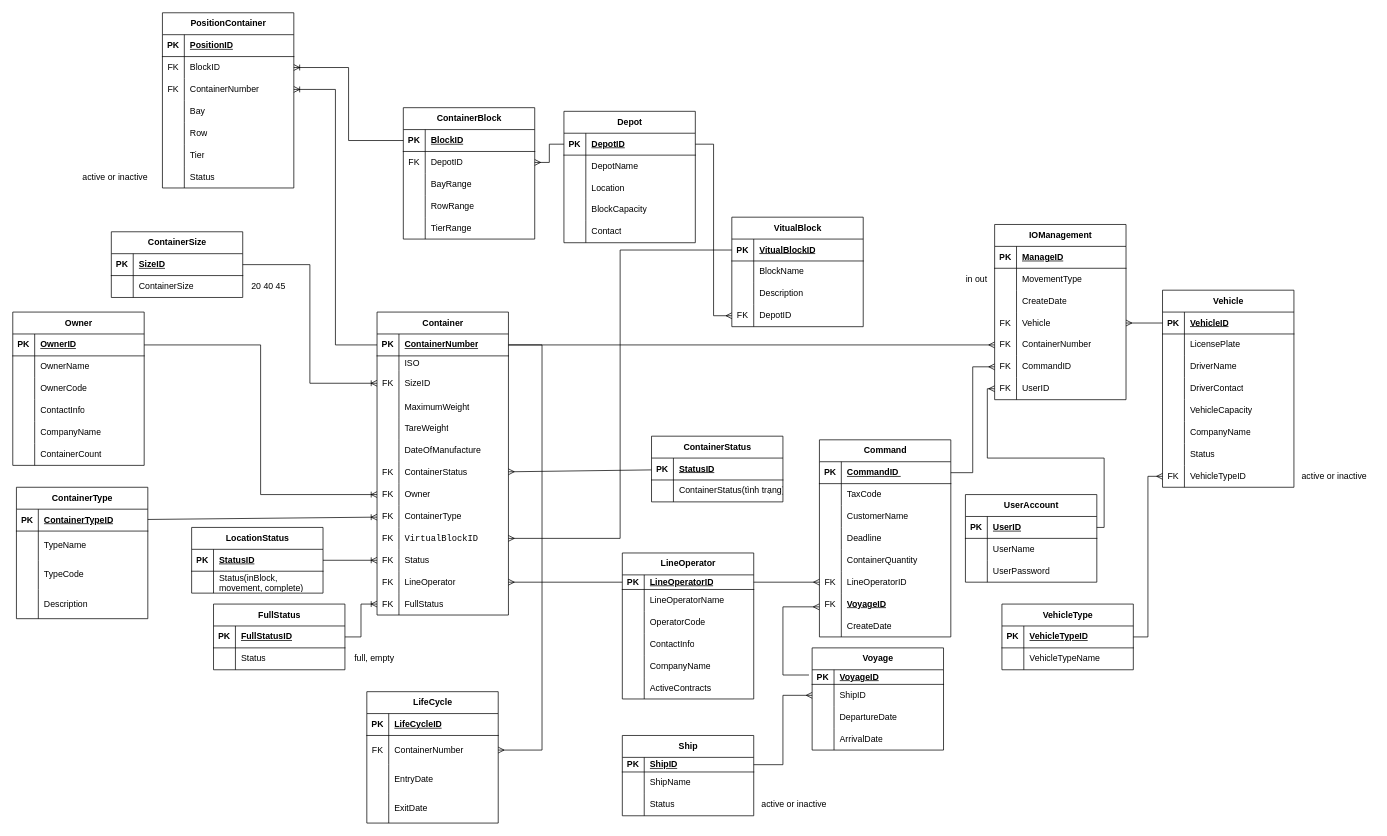
Before: Depot.drawio in anhduy215/SSC_Itern_Depot_SQL, a draw.io diagram. Source tidied: cells renumbered, new cells numbered last; positions are measured from the earlier drawing's top-left corner, leaving out a move shared by most shapes. Both pictures are drawn from the tidied source at 73%, with x=0, y=0 at pixel (12, 12).
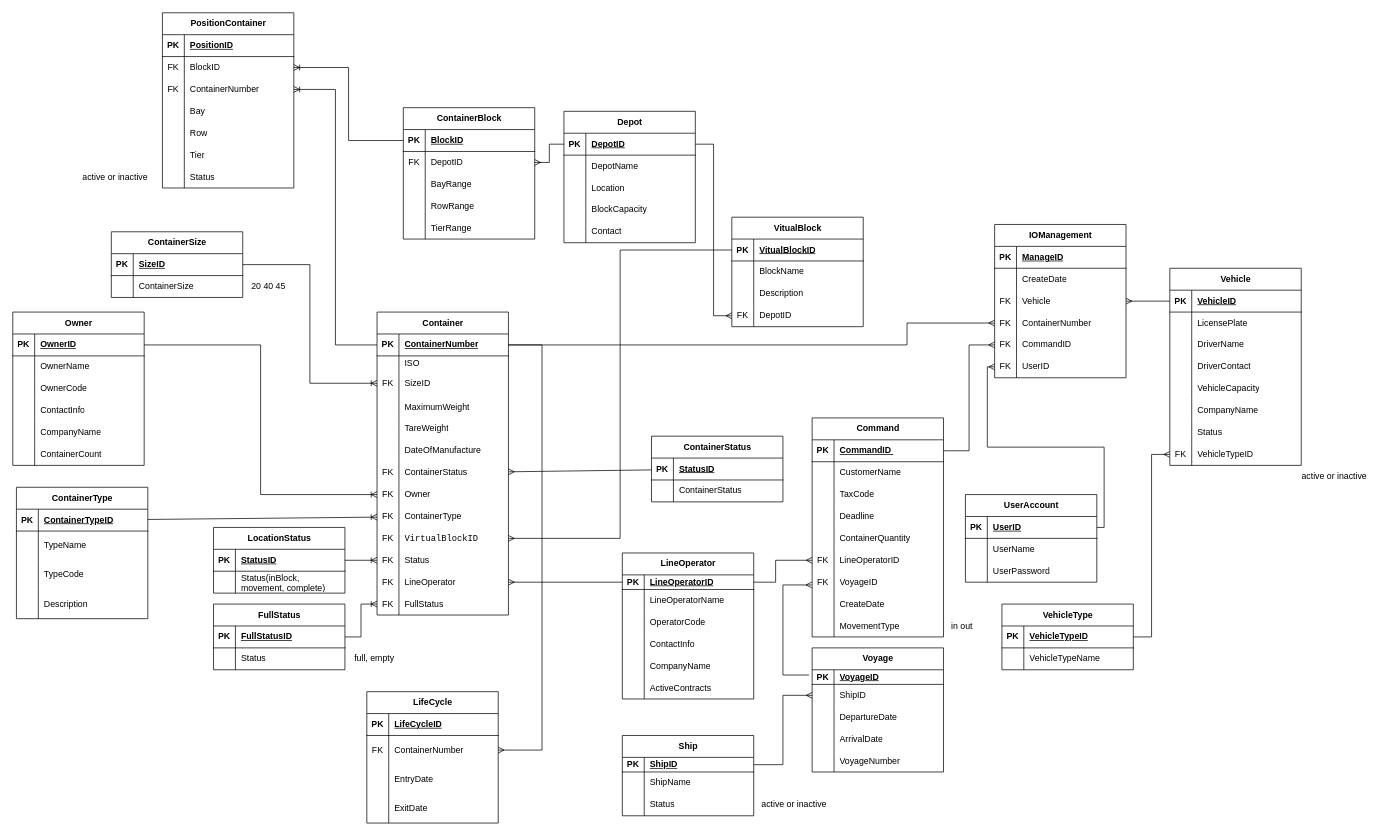
The same page after the edit.

Commit message (it also covers changes not shown here):
update draw and sql trigger

Unchanged cells that the change refers to:
```xml
<mxCell id="102" style="shape=tableRow;horizontal=0;startSize=0;swimlaneHead=0;swimlaneBody=0;fillColor=none;top=0;left=0;right=0;bottom=0;" parent="98" vertex="1">
  <mxGeometry y="60" width="180" height="30" as="geometry" />
</mxCell>
<mxCell id="105" style="shape=tableRow;horizontal=0;startSize=0;swimlaneHead=0;swimlaneBody=0;fillColor=none;top=0;left=0;right=0;bottom=0;" parent="98" vertex="1">
  <mxGeometry y="90" width="180" height="30" as="geometry" />
</mxCell>
<mxCell id="114" style="shape=tableRow;horizontal=0;startSize=0;swimlaneHead=0;swimlaneBody=0;fillColor=none;points=[[0,0.5],[1,0.5]];portConstraint=eastwest;top=0;left=0;right=0;bottom=0;" parent="98" vertex="1">
  <mxGeometry y="180" width="180" height="30" as="geometry" />
</mxCell>
<mxCell id="117" style="shape=tableRow;horizontal=0;startSize=0;swimlaneHead=0;swimlaneBody=0;fillColor=none;points=[[0,0.5],[1,0.5]];portConstraint=eastwest;top=0;left=0;right=0;bottom=0;" parent="98" vertex="1">
  <mxGeometry y="210" width="180" height="30" as="geometry" />
</mxCell>
<mxCell id="126" style="shape=tableRow;horizontal=0;startSize=0;swimlaneHead=0;swimlaneBody=0;fillColor=none;points=[[0,0.5],[1,0.5]];portConstraint=eastwest;top=0;left=0;right=0;bottom=1;" parent="125" vertex="1">
  <mxGeometry y="30" width="180" height="20" as="geometry" />
</mxCell>
<mxCell id="154" style="shape=tableRow;horizontal=0;startSize=0;swimlaneHead=0;swimlaneBody=0;fillColor=none;points=[[0,0.5],[1,0.5]];portConstraint=eastwest;top=0;left=0;right=0;bottom=1;" parent="153" vertex="1">
  <mxGeometry y="30" width="180" height="30" as="geometry" />
</mxCell>
<mxCell id="206" style="shape=tableRow;horizontal=0;startSize=0;swimlaneHead=0;swimlaneBody=0;fillColor=none;top=0;left=0;right=0;bottom=0;" parent="202" vertex="1">
  <mxGeometry y="60" width="180" height="30" as="geometry" />
</mxCell>
<mxCell id="268" style="shape=tableRow;horizontal=0;startSize=0;swimlaneHead=0;swimlaneBody=0;fillColor=none;points=[[0,0.5],[1,0.5]];portConstraint=eastwest;top=0;left=0;right=0;bottom=1;" parent="267" vertex="1">
  <mxGeometry y="30" width="180" height="20" as="geometry" />
</mxCell>
```

What changed in the source:
```diff
@@
     <mxCell id="43" value="IOManagement" style="shape=table;startSize=30;childLayout=tableLayout;rowLines=0;fontStyle=1;align=center;html=1;" parent="1" vertex="1">
-      <mxGeometry x="1345" y="290" width="180" height="240" as="geometry" />
+      <mxGeometry x="1345" y="290" width="180" height="210" as="geometry" />
     </mxCell>
@@
-    <mxCell id="47" style="shape=tableRow;horizontal=0;startSize=0;swimlaneHead=0;swimlaneBody=0;fillColor=none;top=0;left=0;right=0;bottom=0;" parent="43" vertex="1">
-      <mxGeometry y="60" width="180" height="30" as="geometry" />
-    </mxCell>
-    <mxCell id="48" style="shape=partialRectangle;fillColor=none;top=0;left=0;bottom=0;right=0;overflow=hidden;whiteSpace=wrap;html=1;" parent="47" vertex="1">
-      <mxGeometry width="30" height="30" as="geometry" />
-    </mxCell>
-    <mxCell id="49" value="MovementType" style="shape=partialRectangle;fillColor=none;top=0;left=0;bottom=0;right=0;align=left;spacingLeft=6;overflow=hidden;whiteSpace=wrap;html=1;" parent="47" vertex="1">
-      <mxGeometry x="30" width="150" height="30" as="geometry" />
-    </mxCell>
     <mxCell id="50" style="shape=tableRow;horizontal=0;startSize=0;swimlaneHead=0;swimlaneBody=0;fillColor=none;top=0;left=0;right=0;bottom=0;" parent="43" vertex="1">
-      <mxGeometry y="90" width="180" height="30" as="geometry" />
+      <mxGeometry y="60" width="180" height="30" as="geometry" />
     </mxCell>
@@
     <mxCell id="53" style="shape=tableRow;horizontal=0;startSize=0;swimlaneHead=0;swimlaneBody=0;fillColor=none;points=[[0,0.5],[1,0.5]];portConstraint=eastwest;top=0;left=0;right=0;bottom=0;" parent="43" vertex="1">
-      <mxGeometry y="120" width="180" height="30" as="geometry" />
+      <mxGeometry y="90" width="180" height="30" as="geometry" />
     </mxCell>
@@
     <mxCell id="56" style="shape=tableRow;horizontal=0;startSize=0;swimlaneHead=0;swimlaneBody=0;fillColor=none;points=[[0,0.5],[1,0.5]];portConstraint=eastwest;top=0;left=0;right=0;bottom=0;" parent="43" vertex="1">
-      <mxGeometry y="150" width="180" height="30" as="geometry" />
+      <mxGeometry y="120" width="180" height="30" as="geometry" />
     </mxCell>
@@
     <mxCell id="59" style="shape=tableRow;horizontal=0;startSize=0;swimlaneHead=0;swimlaneBody=0;fillColor=none;points=[[0,0.5],[1,0.5]];portConstraint=eastwest;top=0;left=0;right=0;bottom=0;" parent="43" vertex="1">
-      <mxGeometry y="180" width="180" height="30" as="geometry" />
+      <mxGeometry y="150" width="180" height="30" as="geometry" />
     </mxCell>
@@
     <mxCell id="62" style="shape=tableRow;horizontal=0;startSize=0;swimlaneHead=0;swimlaneBody=0;fillColor=none;points=[[0,0.5],[1,0.5]];portConstraint=eastwest;top=0;left=0;right=0;bottom=0;" parent="43" vertex="1">
-      <mxGeometry y="210" width="180" height="30" as="geometry" />
+      <mxGeometry y="180" width="180" height="30" as="geometry" />
     </mxCell>
@@
     <mxCell id="97" style="fontSize=12;html=1;endArrow=ERmany;rounded=0;edgeStyle=orthogonalEdgeStyle;" parent="1" edge="1" source="154" target="56">
-      <mxGeometry relative="1" as="geometry" />
+      <mxGeometry relative="1" as="geometry">
+        <Array as="points">
+          <mxPoint x="1225" y="455" />
+          <mxPoint x="1225" y="425" />
+        </Array>
+      </mxGeometry>
     </mxCell>
     <mxCell id="98" value="Command           " style="shape=table;startSize=30;childLayout=tableLayout;rowLines=0;fontStyle=1;align=center;html=1;" parent="1" vertex="1">
-      <mxGeometry x="1105" y="585" width="180" height="270" as="geometry" />
+      <mxGeometry x="1095" y="555" width="180" height="300" as="geometry" />
     </mxCell>
@@
-    <mxCell id="104" value="TaxCode" style="shape=partialRectangle;fillColor=none;top=0;left=0;bottom=0;right=0;align=left;spacingLeft=6;overflow=hidden;whiteSpace=wrap;html=1;" parent="102" vertex="1">
+    <mxCell id="104" value="CustomerName" style="shape=partialRectangle;fillColor=none;top=0;left=0;bottom=0;right=0;align=left;spacingLeft=6;overflow=hidden;whiteSpace=wrap;html=1;" parent="102" vertex="1">
       <mxGeometry x="30" width="150" height="30" as="geometry" />
     </mxCell>
@@
-    <mxCell id="107" value="CustomerName" style="shape=partialRectangle;fillColor=none;top=0;left=0;bottom=0;right=0;align=left;spacingLeft=6;overflow=hidden;whiteSpace=wrap;html=1;" parent="105" vertex="1">
+    <mxCell id="107" value="TaxCode" style="shape=partialRectangle;fillColor=none;top=0;left=0;bottom=0;right=0;align=left;spacingLeft=6;overflow=hidden;whiteSpace=wrap;html=1;" parent="105" vertex="1">
       <mxGeometry x="30" width="150" height="30" as="geometry" />
     </mxCell>
@@
-    <mxCell id="119" value="&lt;span style=&quot;font-weight: 700; text-align: center; text-wrap: nowrap; text-decoration-line: underline;&quot;&gt;VoyageID&lt;/span&gt;" style="shape=partialRectangle;fillColor=none;top=0;left=0;bottom=0;right=0;align=left;spacingLeft=6;overflow=hidden;whiteSpace=wrap;html=1;" parent="117" vertex="1">
+    <mxCell id="119" value="&lt;span style=&quot;text-align: center; text-wrap: nowrap;&quot;&gt;VoyageID&lt;/span&gt;" style="shape=partialRectangle;fillColor=none;top=0;left=0;bottom=0;right=0;align=left;spacingLeft=6;overflow=hidden;whiteSpace=wrap;html=1;" parent="117" vertex="1">
       <mxGeometry x="30" width="150" height="30" as="geometry" />
     </mxCell>
@@
+    <mxCell id="340" style="shape=tableRow;horizontal=0;startSize=0;swimlaneHead=0;swimlaneBody=0;fillColor=none;top=0;left=0;right=0;bottom=0;" parent="98" vertex="1">
+      <mxGeometry y="270" width="180" height="30" as="geometry" />
+    </mxCell>
+    <mxCell id="341" style="shape=partialRectangle;fillColor=none;top=0;left=0;bottom=0;right=0;overflow=hidden;whiteSpace=wrap;html=1;" parent="340" vertex="1">
+      <mxGeometry width="30" height="30" as="geometry" />
+    </mxCell>
+    <mxCell id="49" value="MovementType" style="shape=partialRectangle;fillColor=none;top=0;left=0;bottom=0;right=0;align=left;spacingLeft=6;overflow=hidden;whiteSpace=wrap;html=1;" parent="340" vertex="1">
+      <mxGeometry x="30" width="150" height="30" as="geometry" />
+    </mxCell>
@@
     <mxCell id="193" value="LocationStatus" style="shape=table;startSize=30;childLayout=tableLayout;rowLines=0;fontStyle=1;align=center;html=1;" parent="1" vertex="1">
-      <mxGeometry x="245" y="705" width="180" height="90" as="geometry" />
+      <mxGeometry x="275" y="705" width="180" height="90" as="geometry" />
     </mxCell>
@@
-    <mxCell id="208" value="&lt;span style=&quot;text-align: center; text-wrap: nowrap;&quot;&gt;ContainerStatus(tình trạng)&lt;/span&gt;" style="shape=partialRectangle;fillColor=none;top=0;left=0;bottom=0;right=0;align=left;spacingLeft=6;overflow=hidden;whiteSpace=wrap;html=1;" parent="206" vertex="1">
+    <mxCell id="208" value="&lt;span style=&quot;text-align: center; text-wrap: nowrap;&quot;&gt;ContainerStatus&lt;/span&gt;" style="shape=partialRectangle;fillColor=none;top=0;left=0;bottom=0;right=0;align=left;spacingLeft=6;overflow=hidden;whiteSpace=wrap;html=1;" parent="206" vertex="1">
       <mxGeometry x="30" width="150" height="30" as="geometry" />
     </mxCell>
@@
     <mxCell id="231" style="fontSize=12;html=1;endArrow=ERmany;rounded=0;edgeStyle=orthogonalEdgeStyle;" parent="1" edge="1" source="126" target="114">
-      <mxGeometry relative="1" as="geometry" />
+      <mxGeometry relative="1" as="geometry">
+        <Array as="points">
+          <mxPoint x="1045" y="780" />
+          <mxPoint x="1045" y="750" />
+        </Array>
+      </mxGeometry>
     </mxCell>
     <mxCell id="232" value="in out" style="text;html=1;align=center;verticalAlign=middle;strokeColor=none;fillColor=none;" parent="1" vertex="1">
-      <mxGeometry x="1295" y="350" width="50" height="30" as="geometry" />
+      <mxGeometry x="1275" y="825" width="50" height="30" as="geometry" />
     </mxCell>
     <mxCell id="233" value="Vehicle" style="shape=table;startSize=30;childLayout=tableLayout;rowLines=0;fontStyle=1;align=center;html=1;" parent="1" vertex="1">
-      <mxGeometry x="1575" y="380" width="180" height="270" as="geometry" />
+      <mxGeometry x="1585" y="350" width="180" height="270" as="geometry" />
     </mxCell>
@@
     <mxCell id="267" value="Voyage" style="shape=table;startSize=30;childLayout=tableLayout;rowLines=0;fontStyle=1;align=center;html=1;fillColor=default;" parent="1" vertex="1">
-      <mxGeometry x="1095" y="870" width="180" height="140" as="geometry" />
+      <mxGeometry x="1095" y="870" width="180" height="170" as="geometry" />
     </mxCell>
@@
+    <mxCell id="342" style="shape=tableRow;horizontal=0;startSize=0;swimlaneHead=0;swimlaneBody=0;fillColor=none;top=0;left=0;right=0;bottom=0;" parent="267" vertex="1">
+      <mxGeometry y="140" width="180" height="30" as="geometry" />
+    </mxCell>
+    <mxCell id="343" style="shape=partialRectangle;fillColor=none;top=0;left=0;bottom=0;right=0;overflow=hidden;whiteSpace=wrap;html=1;" parent="342" vertex="1">
+      <mxGeometry width="30" height="30" as="geometry" />
+    </mxCell>
+    <mxCell id="344" value="VoyageNumber" style="shape=partialRectangle;fillColor=none;top=0;left=0;bottom=0;right=0;align=left;spacingLeft=6;overflow=hidden;whiteSpace=wrap;html=1;" parent="342" vertex="1">
+      <mxGeometry x="30" width="150" height="30" as="geometry" />
+    </mxCell>
     <mxCell id="280" style="fontSize=12;html=1;endArrow=ERmany;rounded=0;edgeStyle=orthogonalEdgeStyle;entryX=-0.002;entryY=0.627;entryDx=0;entryDy=0;entryPerimeter=0;exitX=-0.024;exitY=0.358;exitDx=0;exitDy=0;exitPerimeter=0;" parent="1" edge="1" source="268" target="117">
       <mxGeometry relative="1" as="geometry">
         <Array as="points">
           <mxPoint x="1055" y="907" />
-          <mxPoint x="1055" y="814" />
+          <mxPoint x="1055" y="784" />
         </Array>
       </mxGeometry>
     </mxCell>
```
